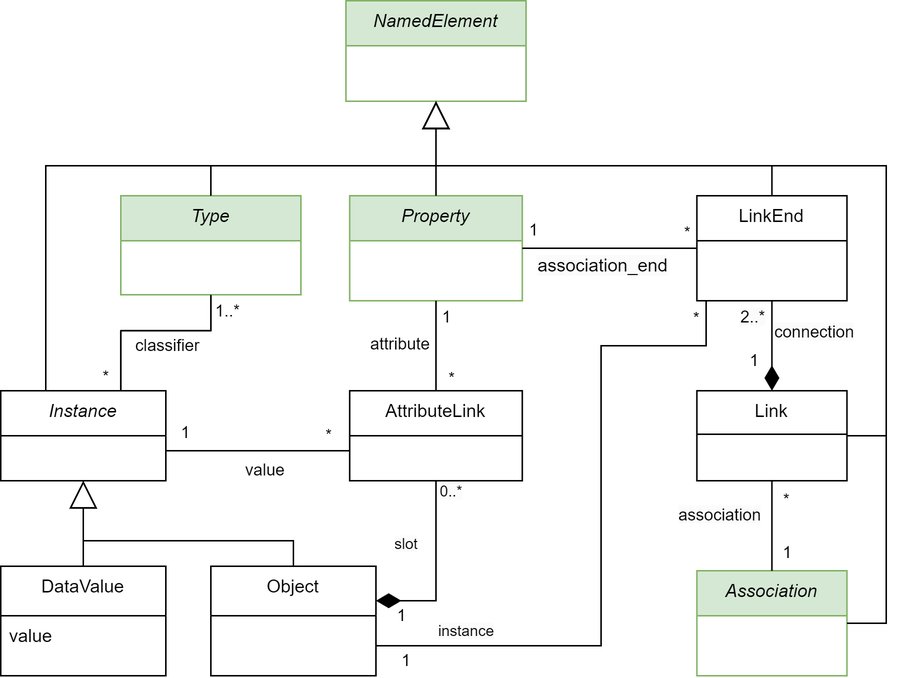
BESSER-PEARL/BESSER keeps this draw.io diagram as docs/source/img/object_mm.png. Above is the earlier version. Source tidied: cells renumbered, new cells last; positions are measured from the earlier drawing's top-left corner, leaving out a move shared by most shapes.
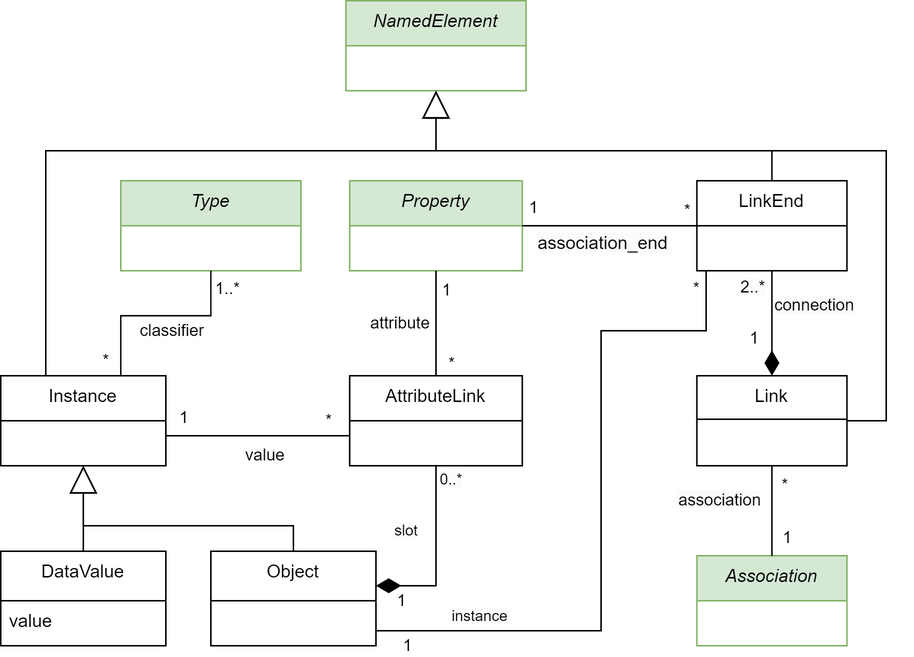
The same diagram one commit later.

Diff of the diagram source:
```diff
@@ -3,19 +3,19 @@
     <mxCell id="0" />
     <mxCell id="1" parent="0" />
     <mxCell id="2" value="NamedElement" style="swimlane;fontStyle=2;align=center;verticalAlign=top;horizontal=1;startSize=30;rounded=0;shadow=0;strokeWidth=1;fillColor=#d5e8d4;strokeColor=#82b366;" parent="1" vertex="1">
-      <mxGeometry x="230" width="120" height="67" as="geometry" />
+      <mxGeometry x="230" y="10" width="120" height="60" as="geometry" />
     </mxCell>
-    <mxCell id="3" value="Instance" style="swimlane;fontStyle=2;align=center;verticalAlign=top;horizontal=1;startSize=30;rounded=0;shadow=0;strokeWidth=1;" parent="1" vertex="1">
+    <mxCell id="3" value="Instance" style="swimlane;fontStyle=0;align=center;verticalAlign=top;horizontal=1;startSize=30;rounded=0;shadow=0;strokeWidth=1;" parent="1" vertex="1">
       <mxGeometry y="260" width="110" height="60" as="geometry" />
     </mxCell>
     <mxCell id="4" value="AttributeLink&#10;" style="swimlane;fontStyle=0;align=center;verticalAlign=top;horizontal=1;startSize=30;rounded=0;shadow=0;strokeWidth=1;" parent="1" vertex="1">
       <mxGeometry x="232.5" y="260" width="115" height="60" as="geometry" />
     </mxCell>
     <mxCell id="5" value="Type" style="swimlane;fontStyle=2;align=center;verticalAlign=top;horizontal=1;startSize=30;rounded=0;shadow=0;strokeWidth=1;fillColor=#d5e8d4;strokeColor=#82b366;" parent="1" vertex="1">
-      <mxGeometry x="80" y="130" width="120" height="66" as="geometry" />
+      <mxGeometry x="80" y="130" width="120" height="60" as="geometry" />
     </mxCell>
     <mxCell id="6" value="Object&#10;" style="swimlane;fontStyle=0;align=center;verticalAlign=top;horizontal=1;startSize=33;rounded=0;shadow=0;strokeWidth=1;" parent="1" vertex="1">
-      <mxGeometry x="140" y="377" width="110" height="73" as="geometry" />
+      <mxGeometry x="140" y="377" width="110" height="63" as="geometry" />
     </mxCell>
     <mxCell id="7" style="edgeStyle=orthogonalEdgeStyle;rounded=0;jettySize=auto;html=1;endArrow=none;endFill=0;" parent="1" edge="1" source="4" target="3">
       <mxGeometry relative="1" as="geometry">
@@ -90,11 +90,11 @@
     </mxCell>
     <mxCell id="19" value="&lt;span style=&quot;font-size: 10px; background-color: rgb(251, 251, 251);&quot;&gt;0..*&lt;/span&gt;" style="edgeLabel;html=1;align=center;verticalAlign=middle;" parent="16" vertex="1">
       <mxGeometry x="0.68" y="-1" relative="1" as="geometry">
-        <mxPoint x="9" y="-13" as="offset" />
+        <mxPoint x="9" y="-10" as="offset" />
       </mxGeometry>
     </mxCell>
     <mxCell id="20" value="DataValue" style="swimlane;fontStyle=0;align=center;verticalAlign=top;horizontal=1;startSize=33;rounded=0;shadow=0;strokeWidth=1;" parent="1" vertex="1">
-      <mxGeometry y="377" width="110" height="73" as="geometry" />
+      <mxGeometry y="377" width="110" height="63" as="geometry" />
     </mxCell>
     <mxCell id="21" value="value" style="text;strokeColor=none;fillColor=none;align=left;verticalAlign=top;spacingLeft=4;spacingRight=4;overflow=hidden;whiteSpace=wrap;html=1;" parent="20" vertex="1">
       <mxGeometry y="33" width="110" height="26" as="geometry" />
@@ -108,7 +108,7 @@
       </mxGeometry>
     </mxCell>
     <mxCell id="23" value="Property" style="swimlane;fontStyle=2;align=center;verticalAlign=top;horizontal=1;startSize=30;rounded=0;shadow=0;strokeWidth=1;fillColor=#d5e8d4;strokeColor=#82b366;" parent="1" vertex="1">
-      <mxGeometry x="232.5" y="130" width="115" height="70" as="geometry" />
+      <mxGeometry x="232.5" y="130" width="115" height="60" as="geometry" />
     </mxCell>
     <mxCell id="24" style="endArrow=none;html=1;edgeStyle=orthogonalEdgeStyle;rounded=0;" parent="1" edge="1" source="23" target="4">
       <mxGeometry relative="1" as="geometry">
@@ -137,10 +137,10 @@
       <mxGeometry x="463.8" y="260" width="100" height="60" as="geometry" />
     </mxCell>
     <mxCell id="29" value="LinkEnd&#10;" style="swimlane;fontStyle=0;align=center;verticalAlign=top;horizontal=1;startSize=30;rounded=0;shadow=0;strokeWidth=1;" parent="1" vertex="1">
-      <mxGeometry x="463.8" y="130" width="100" height="70" as="geometry" />
+      <mxGeometry x="463.8" y="130" width="100" height="60" as="geometry" />
     </mxCell>
     <mxCell id="30" value="Association&#10;&#10;" style="swimlane;fontStyle=2;align=center;verticalAlign=top;horizontal=1;startSize=30;rounded=0;shadow=0;strokeWidth=1;fillColor=#d5e8d4;strokeColor=#82b366;" parent="1" vertex="1">
-      <mxGeometry x="463.8" y="380" width="100" height="70" as="geometry" />
+      <mxGeometry x="463.8" y="380" width="100" height="60" as="geometry" />
     </mxCell>
     <mxCell id="31" style="endArrow=none;html=1;edgeStyle=orthogonalEdgeStyle;rounded=0;" parent="1" edge="1" source="30" target="28">
       <mxGeometry relative="1" as="geometry">
@@ -251,23 +251,6 @@
         <mxPoint x="-19" y="9" as="offset" />
       </mxGeometry>
     </mxCell>
-    <mxCell id="49" style="endArrow=block;endSize=16;endFill=0;html=1;rounded=0;edgeStyle=orthogonalEdgeStyle;" parent="1" edge="1" source="5" target="2">
-      <mxGeometry relative="1" as="geometry">
-        <Array as="points">
-          <mxPoint x="140" y="110" />
-          <mxPoint x="290" y="110" />
-        </Array>
-      </mxGeometry>
-    </mxCell>
-    <mxCell id="50" style="endArrow=block;endSize=16;endFill=0;html=1;rounded=0;edgeStyle=orthogonalEdgeStyle;" parent="1" edge="1" source="30" target="2">
-      <mxGeometry relative="1" as="geometry">
-        <Array as="points">
-          <mxPoint x="590" y="415" />
-          <mxPoint x="590" y="110" />
-          <mxPoint x="290" y="110" />
-        </Array>
-      </mxGeometry>
-    </mxCell>
     <mxCell id="51" style="endArrow=block;endSize=16;endFill=0;html=1;rounded=0;edgeStyle=orthogonalEdgeStyle;" parent="1" edge="1" source="6" target="3">
       <mxGeometry relative="1" as="geometry">
         <Array as="points">
@@ -276,13 +259,5 @@
         </Array>
       </mxGeometry>
     </mxCell>
-    <mxCell id="52" style="endArrow=block;endSize=16;endFill=0;html=1;rounded=0;edgeStyle=orthogonalEdgeStyle;" parent="1" edge="1" source="23" target="2">
-      <mxGeometry relative="1" as="geometry">
-        <Array as="points">
-          <mxPoint x="290" y="100" />
-          <mxPoint x="290" y="100" />
-        </Array>
-      </mxGeometry>
-    </mxCell>
   </root>
 </mxGraphModel>
```
